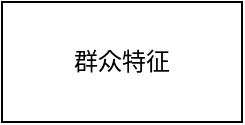
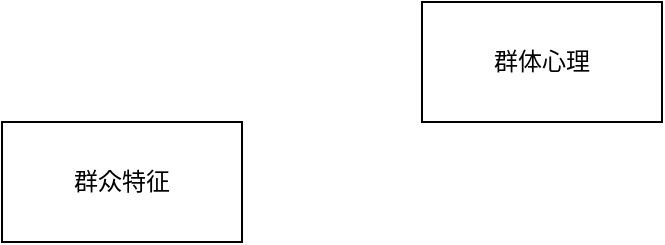
<mxfile host="app.diagrams.net">
  <diagram name="第 1 页" id="lXghQlJNPS2GgNaLVxJA">
    <mxGraphModel dx="846" dy="558" grid="1" gridSize="10" guides="1" tooltips="1" connect="1" arrows="1" fold="1" page="1" pageScale="1" pageWidth="827" pageHeight="1169" math="0" shadow="0">
      <root>
        <mxCell id="0" />
        <mxCell id="1" parent="0" />
        <mxCell id="TtE0wxReypnxyGvQBFIM-1" parent="1" style="rounded=0;whiteSpace=wrap;html=1;" value="群众特征" vertex="1">
          <mxGeometry height="60" width="120" x="220" y="210" as="geometry" />
        </mxCell>
+         <mxCell id="TtE0wxReypnxyGvQBFIM-2" parent="1" style="rounded=0;whiteSpace=wrap;html=1;" value="群体心理" vertex="1">
+           <mxGeometry height="60" width="120" x="430" y="150" as="geometry" />
+         </mxCell>
      </root>
    </mxGraphModel>
  </diagram>
</mxfile>
